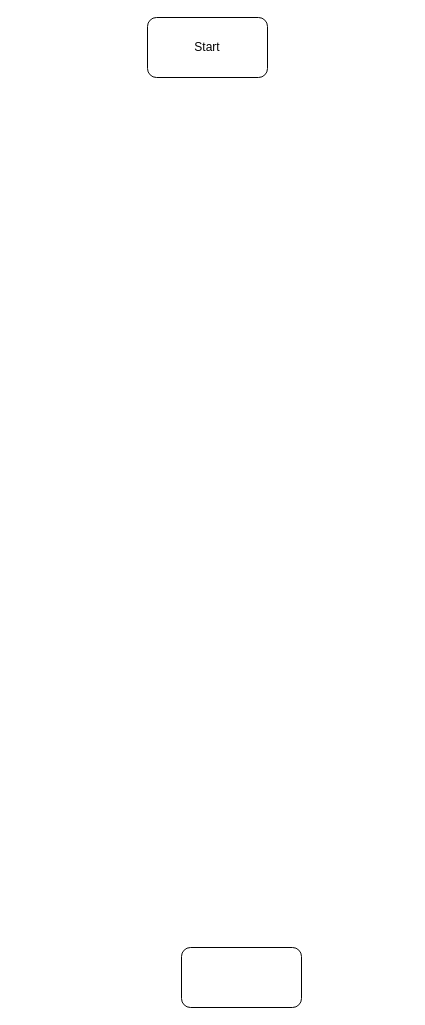
Gerlinde888/FE16-AlgoDS-Day1-Sanja-Gerlinde keeps this draw.io diagram as Gerlinde/basic.drawio. Above is the earlier version. Source tidied: cells renumbered, new cells numbered last; positions are measured from the earlier drawing's top-left corner, leaving out a move shared by most shapes. Both pictures are drawn from the tidied source at 100%, with x=0, y=0 at pixel (147, 17).
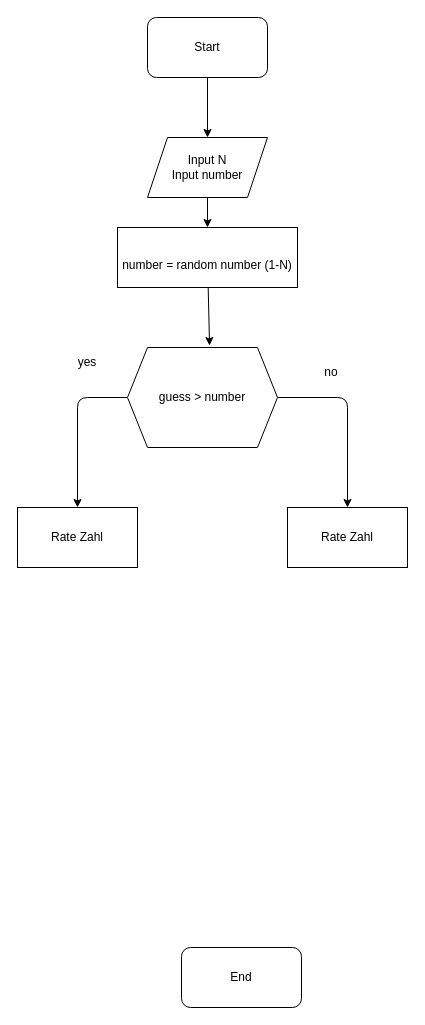
The same page after the edit.

What changed in the source:
```diff
@@
 <mxGraphModel>
   <root>
     <mxCell id="0" />
     <mxCell id="1" parent="0" />
+    <mxCell id="4" style="edgeStyle=none;html=1;entryX=0.5;entryY=0;entryDx=0;entryDy=0;" parent="1" edge="1" source="2" target="6">
+      <mxGeometry relative="1" as="geometry" />
+    </mxCell>
     <mxCell id="2" value="Start" style="rounded=1;whiteSpace=wrap;html=1;" parent="1" vertex="1">
       <mxGeometry width="120" height="60" as="geometry" />
     </mxCell>
-    <mxCell id="3" style="rounded=1;whiteSpace=wrap;html=1;" parent="1" vertex="1">
+    <mxCell id="3" value="End" style="rounded=1;whiteSpace=wrap;html=1;" parent="1" vertex="1">
       <mxGeometry x="34" y="930" width="120" height="60" as="geometry" />
     </mxCell>
+    <mxCell id="5" style="edgeStyle=none;html=1;exitX=0.5;exitY=1;exitDx=0;exitDy=0;" parent="1" edge="1" source="6" target="8">
+      <mxGeometry relative="1" as="geometry" />
+    </mxCell>
+    <mxCell id="6" value="Input N&lt;br&gt;Input number" style="shape=parallelogram;perimeter=parallelogramPerimeter;whiteSpace=wrap;html=1;fixedSize=1;" parent="1" vertex="1">
+      <mxGeometry y="120" width="120" height="60" as="geometry" />
+    </mxCell>
+    <mxCell id="7" style="edgeStyle=none;html=1;entryX=0.547;entryY=-0.02;entryDx=0;entryDy=0;entryPerimeter=0;" parent="1" edge="1" source="8" target="11">
+      <mxGeometry relative="1" as="geometry" />
+    </mxCell>
+    <mxCell id="8" value="&lt;br&gt;number = random number (1-N)" style="rounded=0;whiteSpace=wrap;html=1;" parent="1" vertex="1">
+      <mxGeometry x="-30" y="210" width="180" height="60" as="geometry" />
+    </mxCell>
+    <mxCell id="9" style="edgeStyle=none;html=1;exitX=0;exitY=0.5;exitDx=0;exitDy=0;entryX=0.5;entryY=0;entryDx=0;entryDy=0;" parent="1" edge="1" source="11" target="12">
+      <mxGeometry relative="1" as="geometry">
+        <Array as="points">
+          <mxPoint x="-70" y="380" />
+        </Array>
+      </mxGeometry>
+    </mxCell>
+    <mxCell id="10" style="edgeStyle=none;html=1;entryX=0.5;entryY=0;entryDx=0;entryDy=0;exitX=1;exitY=0.5;exitDx=0;exitDy=0;" parent="1" edge="1" source="11" target="14">
+      <mxGeometry relative="1" as="geometry">
+        <Array as="points">
+          <mxPoint x="200" y="380" />
+        </Array>
+      </mxGeometry>
+    </mxCell>
+    <mxCell id="11" value="guess &amp;gt; number" style="shape=hexagon;perimeter=hexagonPerimeter2;whiteSpace=wrap;html=1;fixedSize=1;" parent="1" vertex="1">
+      <mxGeometry x="-20" y="330" width="150" height="100" as="geometry" />
+    </mxCell>
+    <mxCell id="12" value="Rate Zahl" style="rounded=0;whiteSpace=wrap;html=1;" parent="1" vertex="1">
+      <mxGeometry x="-130" y="490" width="120" height="60" as="geometry" />
+    </mxCell>
+    <mxCell id="13" value="yes" style="text;html=1;strokeColor=none;fillColor=none;align=center;verticalAlign=middle;whiteSpace=wrap;rounded=0;" parent="1" vertex="1">
+      <mxGeometry x="-90" y="330" width="60" height="30" as="geometry" />
+    </mxCell>
+    <mxCell id="14" value="Rate Zahl" style="rounded=0;whiteSpace=wrap;html=1;" parent="1" vertex="1">
+      <mxGeometry x="140" y="490" width="120" height="60" as="geometry" />
+    </mxCell>
+    <mxCell id="15" value="no" style="text;html=1;strokeColor=none;fillColor=none;align=center;verticalAlign=middle;whiteSpace=wrap;rounded=0;" parent="1" vertex="1">
+      <mxGeometry x="154" y="340" width="60" height="30" as="geometry" />
+    </mxCell>
   </root>
 </mxGraphModel>
```
